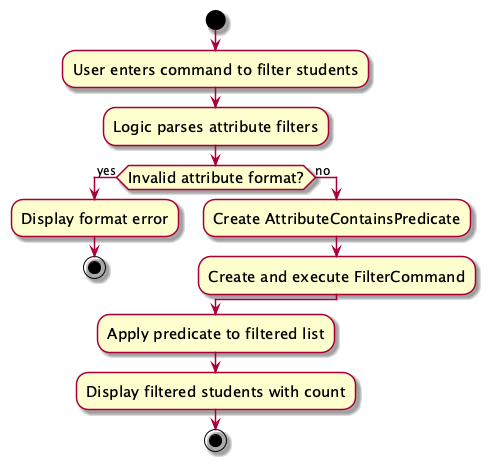
Before: docs/images/FilterCommandActivityDiagram.png, a diagram exported from PlantUML (tonyvict/tp). Its diagram source:
```plantuml
@startuml
skin rose
skinparam ActivityFontSize 15
skinparam ArrowFontSize 12
start
:User enters command to filter students;
:Logic parses attribute filters;
if (Invalid attribute format?) then (yes)
  :Display format error;
  stop
else (no)
  :Create AttributeContainsPredicate;
  :Create and execute FilterCommand;
endif
:Apply predicate to filtered list;
:Display filtered students with count;
stop
@enduml
```
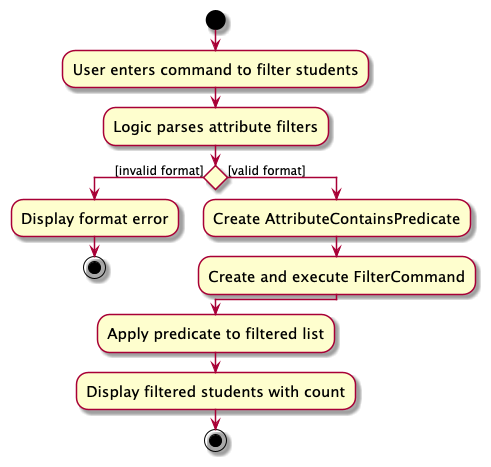
The same file after the commit.

Commit message:
Update activity diagrams

Change to the diagram source:
```diff
@@ -5,10 +5,10 @@
 start
 :User enters command to filter students;
 :Logic parses attribute filters;
-if (Invalid attribute format?) then (yes)
+if () then ([invalid format])
   :Display format error;
   stop
-else (no)
+else ([valid format])
   :Create AttributeContainsPredicate;
   :Create and execute FilterCommand;
 endif
```
